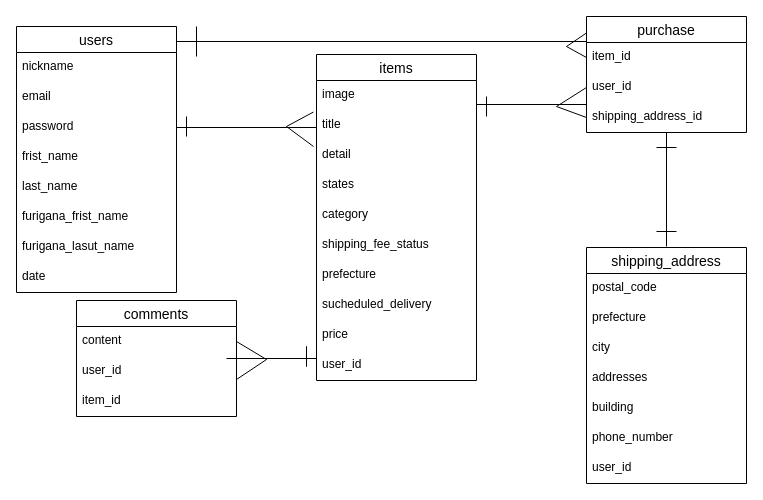
This is test.dio from kumaboie/furima-41372, a draw.io file, before an edit. Source tidied: cells renumbered, new cells numbered last; positions are measured from the earlier drawing's top-left corner, leaving out a move shared by most shapes. Both pictures are drawn from the tidied source at 100%, with x=0, y=0 at pixel (16, 16).
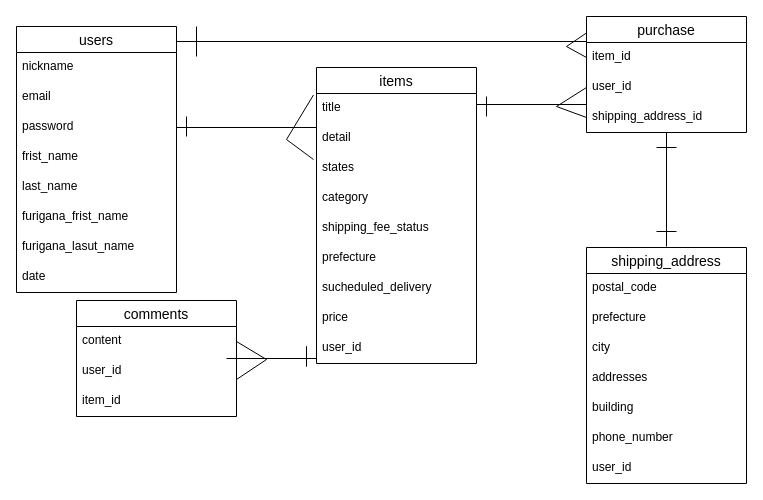
The same page after the edit.

Commit message (it also covers changes not shown here):
imageカラムの削除

The edit, as a diff of the source:
```diff
@@
     <mxCell id="11" value="items" style="swimlane;fontStyle=0;horizontal=1;startSize=26;align=center;fontSize=14;" parent="1" vertex="1">
-      <mxGeometry x="300" y="38" width="160" height="326" as="geometry" />
+      <mxGeometry x="300" y="51" width="160" height="296" as="geometry" />
     </mxCell>
-    <mxCell id="12" value="image" style="text;strokeColor=none;fillColor=none;spacingLeft=4;spacingRight=4;overflow=hidden;fontSize=12;" parent="11" vertex="1">
-      <mxGeometry y="26" width="160" height="30" as="geometry" />
-    </mxCell>
     <mxCell id="13" value="title" style="text;strokeColor=none;fillColor=none;spacingLeft=4;spacingRight=4;overflow=hidden;points=[[0,0.5],[1,0.5]];portConstraint=eastwest;fontSize=12;" parent="11" vertex="1">
-      <mxGeometry y="56" width="160" height="30" as="geometry" />
+      <mxGeometry y="26" width="160" height="30" as="geometry" />
     </mxCell>
     <mxCell id="14" value="detail" style="text;strokeColor=none;fillColor=none;spacingLeft=4;spacingRight=4;overflow=hidden;fontSize=12;" parent="11" vertex="1">
-      <mxGeometry y="86" width="160" height="30" as="geometry" />
+      <mxGeometry y="56" width="160" height="30" as="geometry" />
     </mxCell>
     <mxCell id="15" value="states" style="text;strokeColor=none;fillColor=none;spacingLeft=4;spacingRight=4;overflow=hidden;fontSize=12;" parent="11" vertex="1">
-      <mxGeometry y="116" width="160" height="30" as="geometry" />
+      <mxGeometry y="86" width="160" height="30" as="geometry" />
     </mxCell>
     <mxCell id="16" value="category" style="text;strokeColor=none;fillColor=none;spacingLeft=4;spacingRight=4;overflow=hidden;fontSize=12;" parent="11" vertex="1">
-      <mxGeometry y="146" width="160" height="30" as="geometry" />
+      <mxGeometry y="116" width="160" height="30" as="geometry" />
     </mxCell>
     <mxCell id="17" value="shipping_fee_status " style="text;strokeColor=none;fillColor=none;spacingLeft=4;spacingRight=4;overflow=hidden;fontSize=12;" parent="11" vertex="1">
-      <mxGeometry y="176" width="160" height="30" as="geometry" />
+      <mxGeometry y="146" width="160" height="30" as="geometry" />
     </mxCell>
     <mxCell id="18" value="prefecture" style="text;strokeColor=none;fillColor=none;spacingLeft=4;spacingRight=4;overflow=hidden;fontSize=12;" parent="11" vertex="1">
-      <mxGeometry y="206" width="160" height="30" as="geometry" />
+      <mxGeometry y="176" width="160" height="30" as="geometry" />
     </mxCell>
     <mxCell id="19" value="sucheduled_delivery " style="text;strokeColor=none;fillColor=none;spacingLeft=4;spacingRight=4;overflow=hidden;fontSize=12;" parent="11" vertex="1">
-      <mxGeometry y="236" width="160" height="30" as="geometry" />
+      <mxGeometry y="206" width="160" height="30" as="geometry" />
     </mxCell>
     <mxCell id="20" value="price" style="text;strokeColor=none;fillColor=none;spacingLeft=4;spacingRight=4;overflow=hidden;fontSize=12;" parent="11" vertex="1">
-      <mxGeometry y="266" width="160" height="30" as="geometry" />
+      <mxGeometry y="236" width="160" height="30" as="geometry" />
     </mxCell>
     <mxCell id="21" value="user_id" style="text;strokeColor=none;fillColor=none;spacingLeft=4;spacingRight=4;overflow=hidden;fontSize=12;" parent="11" vertex="1">
-      <mxGeometry y="296" width="160" height="30" as="geometry" />
+      <mxGeometry y="266" width="160" height="30" as="geometry" />
     </mxCell>
```
